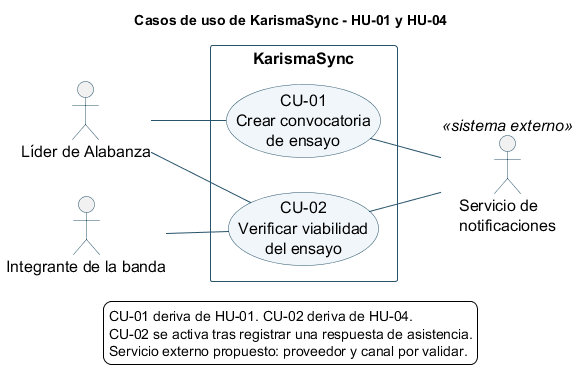
Before: diagramas/casos-de-uso.png, a diagram exported from PlantUML (Ayiness/KarismaSync).
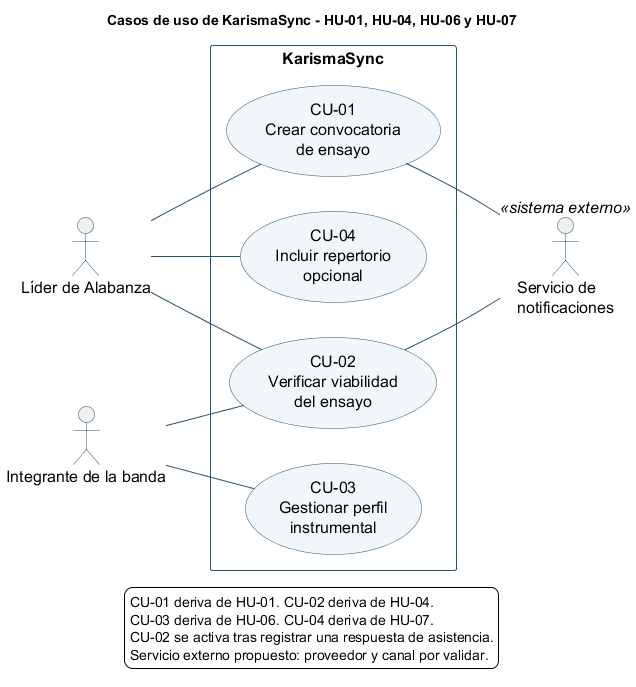
The same file after the commit.

Change to the diagram source:
```diff
@@ -1,5 +1,5 @@
 @startuml
-title Casos de uso de KarismaSync - HU-01 y HU-04
+title Casos de uso de KarismaSync - HU-01, HU-04, HU-06 y HU-07
 left to right direction
 skinparam backgroundColor white
 skinparam shadowing false
@@ -20,6 +20,8 @@
 rectangle "KarismaSync" {
   usecase "CU-01\nCrear convocatoria\nde ensayo" as CU01
   usecase "CU-02\nVerificar viabilidad\ndel ensayo" as CU02
+  usecase "CU-03\nGestionar perfil\ninstrumental" as CU03
+  usecase "CU-04\nIncluir repertorio\nopcional" as CU04
 }
 
 Lider -- CU01
@@ -29,8 +31,12 @@
 Integrante -- CU02
 CU02 -- Notificaciones
 
+Integrante -- CU03
+Lider -- CU04
+
 legend bottom
   CU-01 deriva de HU-01. CU-02 deriva de HU-04.
+  CU-03 deriva de HU-06. CU-04 deriva de HU-07.
   CU-02 se activa tras registrar una respuesta de asistencia.
   Servicio externo propuesto: proveedor y canal por validar.
 endlegend
```
